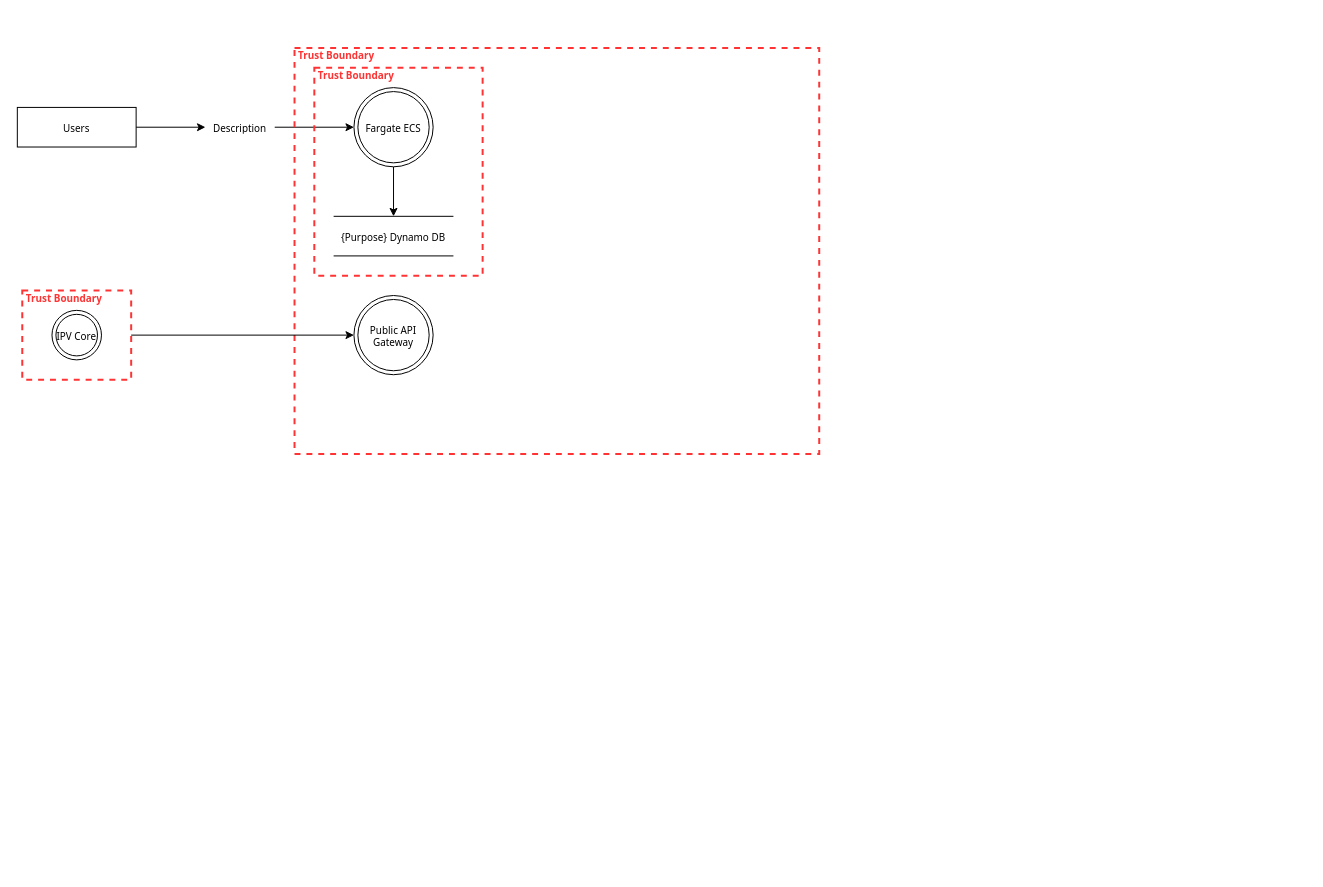
The draw.io diagram Untitled Diagram.drawio in Jim-Sweeting/Drawio, before the edit. Source tidied: cells renumbered, new cells numbered last; positions are measured from the earlier drawing's top-left corner, leaving out a move shared by most shapes. Both pictures are drawn from the tidied source at 99%, with x=0, y=0 at pixel (17, 48).
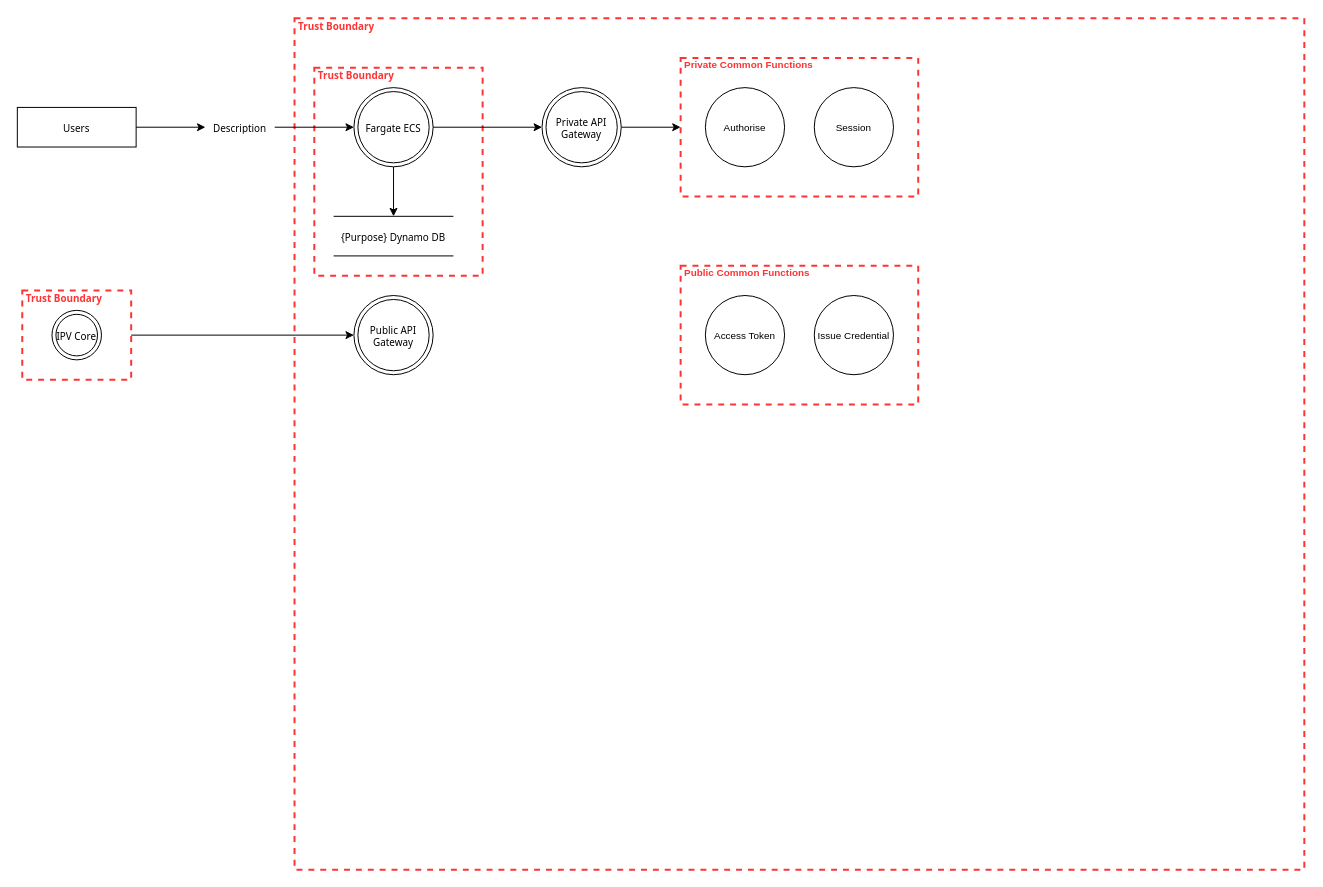
The same page after the edit.

Commit message:
Added Private and Public Common Functions

The change refers to these unchanged cells:
```xml
<mxCell id="4" value="Fargate ECS" style="ellipse;shape=doubleEllipse;whiteSpace=wrap;html=1;hachureGap=4;fontFamily=Tahoma;fontSize=10;rounded=0;" parent="1" vertex="1">
  <mxGeometry x="340" y="40" width="80" height="80" as="geometry" />
</mxCell>
```

Diff of the diagram source:
```diff
@@
+    <mxCell id="9" value="Trust Boundary" style="html=1;fontColor=#FF3333;fontStyle=1;align=left;verticalAlign=top;spacing=0;labelBorderColor=none;fillColor=none;dashed=1;strokeWidth=2;strokeColor=#FF3333;spacingLeft=4;spacingTop=-3;hachureGap=4;fontFamily=Tahoma;fontSize=10;rounded=0;" parent="1" vertex="1">
+      <mxGeometry x="280" y="-30" width="1020" height="860" as="geometry" />
+    </mxCell>
+    <mxCell id="14" value="Trust Boundary" style="html=1;fontColor=#FF3333;fontStyle=1;align=left;verticalAlign=top;spacing=0;labelBorderColor=none;fillColor=none;dashed=1;strokeWidth=2;strokeColor=#FF3333;spacingLeft=4;spacingTop=-3;hachureGap=4;fontFamily=Tahoma;fontSize=10;rounded=0;" parent="1" vertex="1">
+      <mxGeometry x="300" y="20" width="170" height="210" as="geometry" />
+    </mxCell>
@@
-    <mxCell id="9" value="Trust Boundary" style="html=1;fontColor=#FF3333;fontStyle=1;align=left;verticalAlign=top;spacing=0;labelBorderColor=none;fillColor=none;dashed=1;strokeWidth=2;strokeColor=#FF3333;spacingLeft=4;spacingTop=-3;hachureGap=4;fontFamily=Tahoma;fontSize=10;rounded=0;" parent="1" vertex="1">
-      <mxGeometry x="280" width="530" height="410" as="geometry" />
-    </mxCell>
@@
-    <mxCell id="14" value="Trust Boundary" style="html=1;fontColor=#FF3333;fontStyle=1;align=left;verticalAlign=top;spacing=0;labelBorderColor=none;fillColor=none;dashed=1;strokeWidth=2;strokeColor=#FF3333;spacingLeft=4;spacingTop=-3;hachureGap=4;fontFamily=Tahoma;fontSize=10;rounded=0;" parent="1" vertex="1">
-      <mxGeometry x="300" y="20" width="170" height="210" as="geometry" />
-    </mxCell>
+    <mxCell id="15" style="edgeStyle=orthogonalEdgeStyle;rounded=0;jettySize=auto;html=1;entryX=0;entryY=0.5;entryDx=0;entryDy=0;" parent="1" edge="1" source="16" target="18">
+      <mxGeometry relative="1" as="geometry" />
+    </mxCell>
+    <mxCell id="16" value="Private API Gateway" style="ellipse;shape=doubleEllipse;whiteSpace=wrap;html=1;hachureGap=4;fontFamily=Tahoma;fontSize=10;rounded=0;" parent="1" vertex="1">
+      <mxGeometry x="530" y="40" width="80" height="80" as="geometry" />
+    </mxCell>
+    <mxCell id="17" style="endArrow=classic;html=1;fontColor=#FF3333;rounded=0;elbow=vertical;exitX=1;exitY=0.5;exitDx=0;exitDy=0;fontSize=10;" parent="1" edge="1" source="4" target="16">
+      <mxGeometry relative="1" as="geometry" />
+    </mxCell>
+    <mxCell id="18" value="Private Common Functions" style="html=1;fontColor=#FF3333;fontStyle=1;align=left;verticalAlign=top;spacing=0;labelBorderColor=none;fillColor=none;dashed=1;strokeWidth=2;strokeColor=#FF3333;spacingLeft=4;spacingTop=-3;fontSize=10;" parent="1" vertex="1">
+      <mxGeometry x="670" y="10" width="240" height="140" as="geometry" />
+    </mxCell>
+    <mxCell id="19" value="Authorise" style="ellipse;whiteSpace=wrap;html=1;fontSize=10;" parent="1" vertex="1">
+      <mxGeometry x="695" y="40" width="80" height="80" as="geometry" />
+    </mxCell>
+    <mxCell id="20" value="Session" style="ellipse;whiteSpace=wrap;html=1;fontSize=10;" parent="1" vertex="1">
+      <mxGeometry x="805" y="40" width="80" height="80" as="geometry" />
+    </mxCell>
+    <mxCell id="21" value="Public Common Functions" style="html=1;fontColor=#FF3333;fontStyle=1;align=left;verticalAlign=top;spacing=0;labelBorderColor=none;fillColor=none;dashed=1;strokeWidth=2;strokeColor=#FF3333;spacingLeft=4;spacingTop=-3;fontSize=10;" parent="1" vertex="1">
+      <mxGeometry x="670" y="220" width="240" height="140" as="geometry" />
+    </mxCell>
+    <mxCell id="22" value="Access Token" style="ellipse;whiteSpace=wrap;html=1;fontSize=10;" parent="1" vertex="1">
+      <mxGeometry x="695" y="250" width="80" height="80" as="geometry" />
+    </mxCell>
+    <mxCell id="23" value="Issue Credential" style="ellipse;whiteSpace=wrap;html=1;fontSize=10;" parent="1" vertex="1">
+      <mxGeometry x="805" y="250" width="80" height="80" as="geometry" />
+    </mxCell>
```
